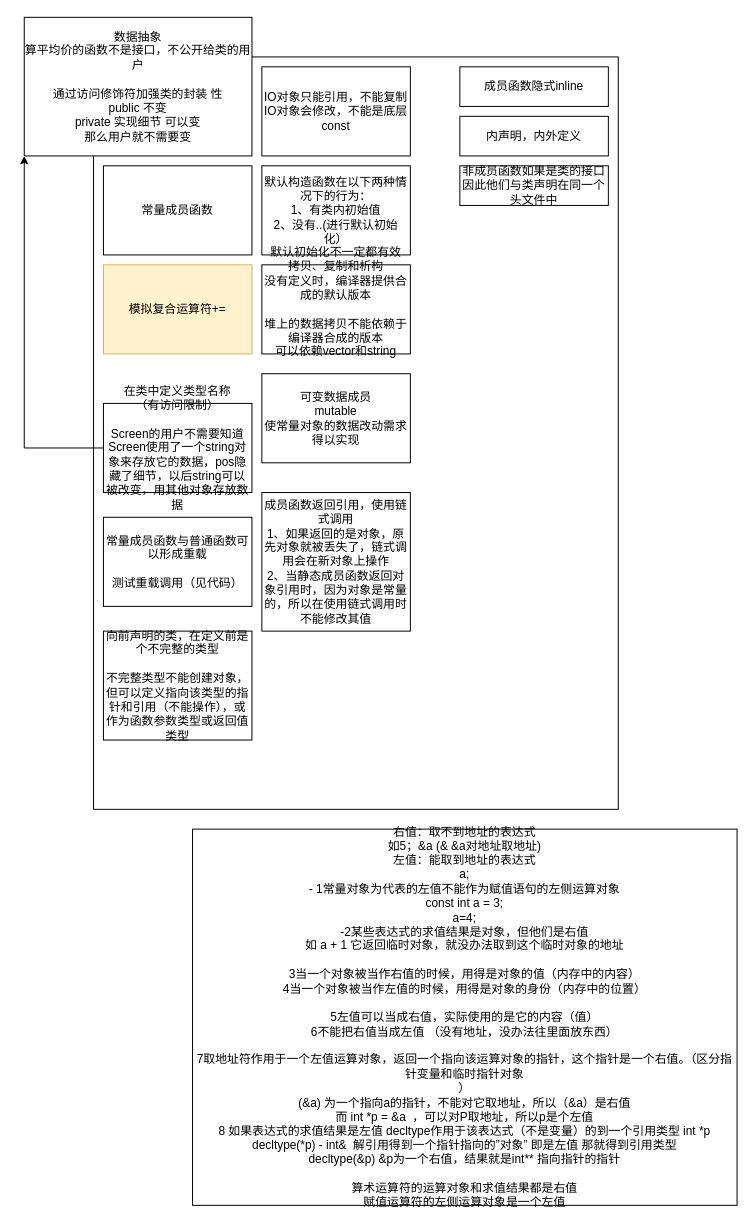
Earlier version of the draw.io diagram Untitled Diagram.drawio (YannieCheung/botgrams). Source tidied: cells renumbered, new cells numbered last; positions are measured from the earlier drawing's top-left corner, leaving out a move shared by most shapes. Both pictures are drawn from the tidied source at 99%, with x=0, y=0 at pixel (24, 17).
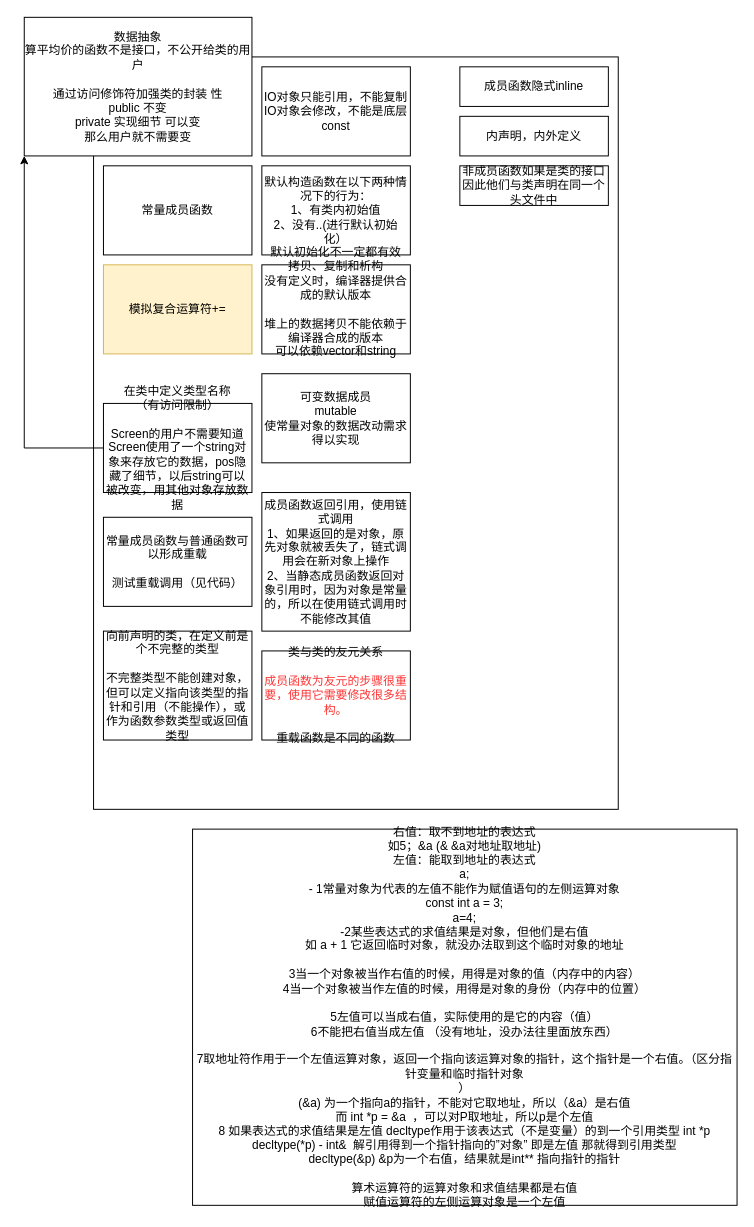
Above is the later version.

Change to the diagram source:
```diff
@@
+    <mxCell id="19" value="类与类的友元关系&lt;br&gt;&lt;br&gt;&lt;font color=&quot;#ff3333&quot;&gt;成员函数为友元的步骤很重要，使用它需要修改很多结构。&lt;br&gt;&lt;/font&gt;&lt;br&gt;重载函数是不同的函数" style="rounded=0;whiteSpace=wrap;html=1;" parent="1" vertex="1">
+      <mxGeometry x="240" y="640" width="150" height="90" as="geometry" />
+    </mxCell>
```
